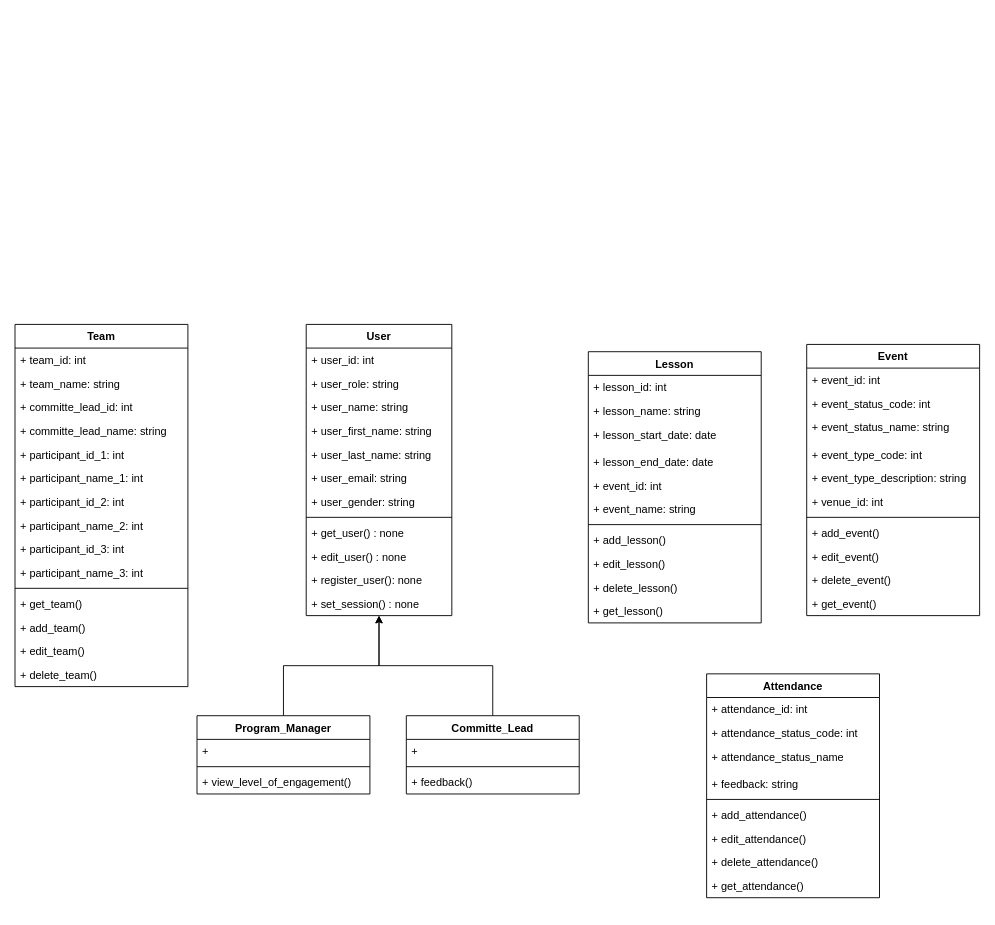
This is page "Class Diagram - Complete" (3 of 4) of DellEvent.drawio from frostyseb/ITDP, a draw.io file, before an edit. Source tidied: cells renumbered, new cells numbered last; positions are measured from the earlier drawing's top-left corner, leaving out a move shared by most shapes. Both pictures are drawn from the tidied source at 91%, with x=0, y=0 at pixel (15, 324).
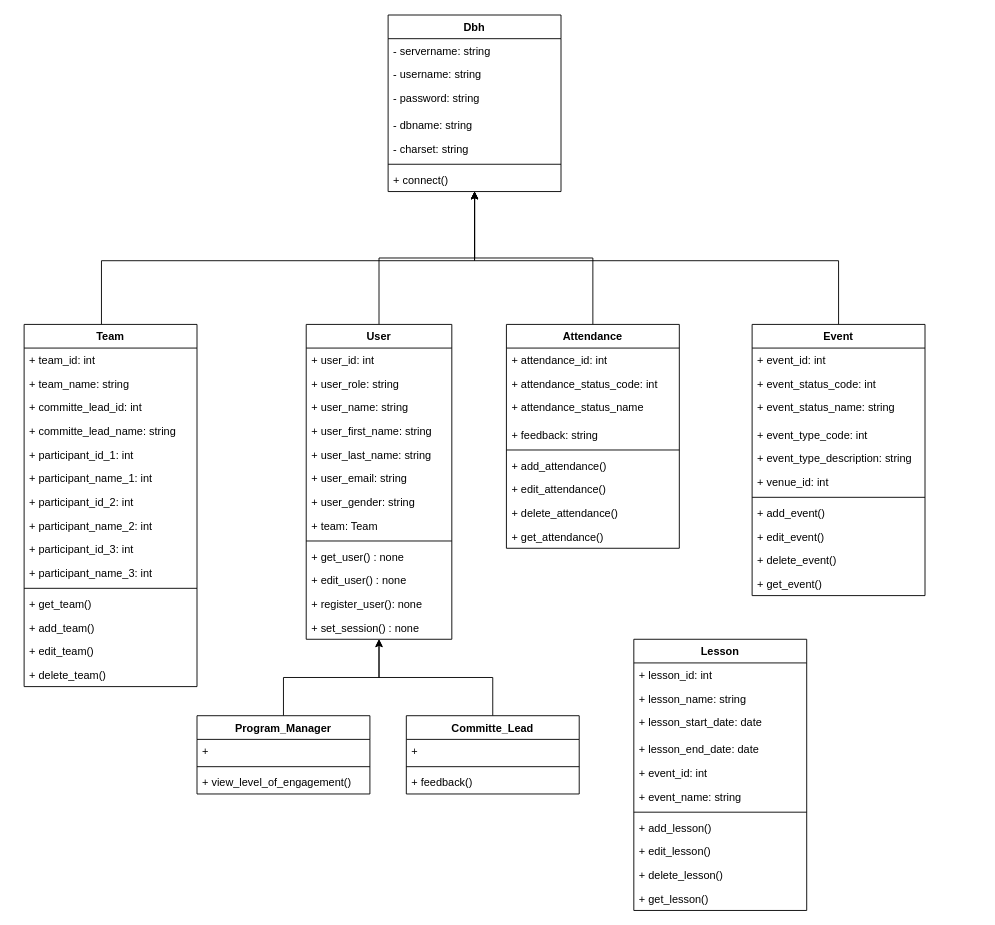
Above is the later version.

Commit message:
Added Relation for Class Diagram

Change to the diagram source:
```diff
@@
+    <mxCell id="75" style="edgeStyle=orthogonalEdgeStyle;rounded=0;jettySize=auto;html=1;" parent="1" edge="1" source="2" target="80">
+      <mxGeometry relative="1" as="geometry" />
+    </mxCell>
     <mxCell id="2" value="User" style="swimlane;fontStyle=1;align=center;verticalAlign=top;horizontal=1;startSize=26;" parent="1" vertex="1">
-      <mxGeometry x="320" width="160" height="320" as="geometry" />
+      <mxGeometry x="320" width="160" height="346" as="geometry" />
     </mxCell>
@@
+    <mxCell id="76" value="+ team: Team" style="text;strokeColor=none;fillColor=none;align=left;verticalAlign=top;spacingLeft=4;spacingRight=4;overflow=hidden;" parent="2" vertex="1">
+      <mxGeometry y="208" width="160" height="26" as="geometry" />
+    </mxCell>
     <mxCell id="10" style="line;strokeWidth=1;fillColor=none;align=left;verticalAlign=middle;spacingTop=-1;spacingLeft=3;spacingRight=3;labelPosition=right;" parent="2" vertex="1">
-      <mxGeometry y="208" width="160" height="8" as="geometry" />
+      <mxGeometry y="234" width="160" height="8" as="geometry" />
     </mxCell>
     <mxCell id="11" value="+ get_user() : none" style="text;strokeColor=none;fillColor=none;align=left;verticalAlign=top;spacingLeft=4;spacingRight=4;overflow=hidden;" parent="2" vertex="1">
-      <mxGeometry y="216" width="160" height="26" as="geometry" />
+      <mxGeometry y="242" width="160" height="26" as="geometry" />
     </mxCell>
     <mxCell id="12" value="+ edit_user() : none" style="text;strokeColor=none;fillColor=none;align=left;verticalAlign=top;spacingLeft=4;spacingRight=4;overflow=hidden;" parent="2" vertex="1">
-      <mxGeometry y="242" width="160" height="26" as="geometry" />
+      <mxGeometry y="268" width="160" height="26" as="geometry" />
     </mxCell>
     <mxCell id="13" value="+ register_user(): none" style="text;strokeColor=none;fillColor=none;align=left;verticalAlign=top;spacingLeft=4;spacingRight=4;overflow=hidden;" parent="2" vertex="1">
-      <mxGeometry y="268" width="160" height="26" as="geometry" />
+      <mxGeometry y="294" width="160" height="26" as="geometry" />
     </mxCell>
     <mxCell id="14" value="+ set_session() : none" style="text;strokeColor=none;fillColor=none;align=left;verticalAlign=top;spacingLeft=4;spacingRight=4;overflow=hidden;" parent="2" vertex="1">
-      <mxGeometry y="294" width="160" height="26" as="geometry" />
+      <mxGeometry y="320" width="160" height="26" as="geometry" />
     </mxCell>
@@
+    <mxCell id="77" style="edgeStyle=orthogonalEdgeStyle;rounded=0;jettySize=auto;html=1;" parent="1" edge="1" source="25" target="80">
+      <mxGeometry relative="1" as="geometry">
+        <Array as="points">
+          <mxPoint x="95" y="-70" />
+          <mxPoint x="505" y="-70" />
+        </Array>
+      </mxGeometry>
+    </mxCell>
     <mxCell id="25" value="Team" style="swimlane;fontStyle=1;align=center;verticalAlign=top;horizontal=1;startSize=26;" parent="1" vertex="1">
-      <mxGeometry width="190" height="398" as="geometry" />
+      <mxGeometry x="10" width="190" height="398" as="geometry" />
     </mxCell>
@@
     <mxCell id="41" value="Lesson" style="swimlane;fontStyle=1;align=center;verticalAlign=top;horizontal=1;startSize=26;" parent="1" vertex="1">
-      <mxGeometry x="630" y="30" width="190" height="298" as="geometry" />
+      <mxGeometry x="680" y="346" width="190" height="298" as="geometry" />
     </mxCell>
@@
+    <mxCell id="78" style="edgeStyle=orthogonalEdgeStyle;rounded=0;jettySize=auto;html=1;" parent="1" edge="1" source="53" target="80">
+      <mxGeometry relative="1" as="geometry">
+        <Array as="points">
+          <mxPoint x="905" y="-70" />
+          <mxPoint x="505" y="-70" />
+        </Array>
+      </mxGeometry>
+    </mxCell>
     <mxCell id="53" value="Event" style="swimlane;fontStyle=1;align=center;verticalAlign=top;horizontal=1;startSize=26;" parent="1" vertex="1">
-      <mxGeometry x="870" y="22" width="190" height="298" as="geometry" />
+      <mxGeometry x="810" width="190" height="298" as="geometry" />
     </mxCell>
@@
+    <mxCell id="79" style="edgeStyle=orthogonalEdgeStyle;rounded=0;jettySize=auto;html=1;" parent="1" edge="1" source="65" target="80">
+      <mxGeometry relative="1" as="geometry" />
+    </mxCell>
     <mxCell id="65" value="Attendance" style="swimlane;fontStyle=1;align=center;verticalAlign=top;horizontal=1;startSize=26;" parent="1" vertex="1">
-      <mxGeometry x="760" y="384" width="190" height="246" as="geometry" />
+      <mxGeometry x="540" width="190" height="246" as="geometry" />
     </mxCell>
@@
+    <mxCell id="80" value="Dbh" style="swimlane;fontStyle=1;align=center;verticalAlign=top;horizontal=1;startSize=26;" parent="1" vertex="1">
+      <mxGeometry x="410" y="-340" width="190" height="194" as="geometry" />
+    </mxCell>
+    <mxCell id="81" value="- servername: string" style="text;strokeColor=none;fillColor=none;align=left;verticalAlign=top;spacingLeft=4;spacingRight=4;overflow=hidden;" parent="80" vertex="1">
+      <mxGeometry y="26" width="190" height="26" as="geometry" />
+    </mxCell>
+    <mxCell id="82" value="- username: string" style="text;strokeColor=none;fillColor=none;align=left;verticalAlign=top;spacingLeft=4;spacingRight=4;overflow=hidden;" parent="80" vertex="1">
+      <mxGeometry y="52" width="190" height="26" as="geometry" />
+    </mxCell>
+    <mxCell id="83" value="- password: string" style="text;strokeColor=none;fillColor=none;align=left;verticalAlign=top;spacingLeft=4;spacingRight=4;overflow=hidden;" parent="80" vertex="1">
+      <mxGeometry y="78" width="190" height="30" as="geometry" />
+    </mxCell>
+    <mxCell id="84" value="- dbname: string" style="text;strokeColor=none;fillColor=none;align=left;verticalAlign=top;spacingLeft=4;spacingRight=4;overflow=hidden;" parent="80" vertex="1">
+      <mxGeometry y="108" width="190" height="26" as="geometry" />
+    </mxCell>
+    <mxCell id="85" value="- charset: string" style="text;strokeColor=none;fillColor=none;align=left;verticalAlign=top;spacingLeft=4;spacingRight=4;overflow=hidden;" parent="80" vertex="1">
+      <mxGeometry y="134" width="190" height="26" as="geometry" />
+    </mxCell>
+    <mxCell id="86" style="line;strokeWidth=1;fillColor=none;align=left;verticalAlign=middle;spacingTop=-1;spacingLeft=3;spacingRight=3;labelPosition=right;" parent="80" vertex="1">
+      <mxGeometry y="160" width="190" height="8" as="geometry" />
+    </mxCell>
+    <mxCell id="87" value="+ connect()" style="text;strokeColor=none;fillColor=none;align=left;verticalAlign=top;spacingLeft=4;spacingRight=4;overflow=hidden;" parent="80" vertex="1">
+      <mxGeometry y="168" width="190" height="26" as="geometry" />
+    </mxCell>
```
